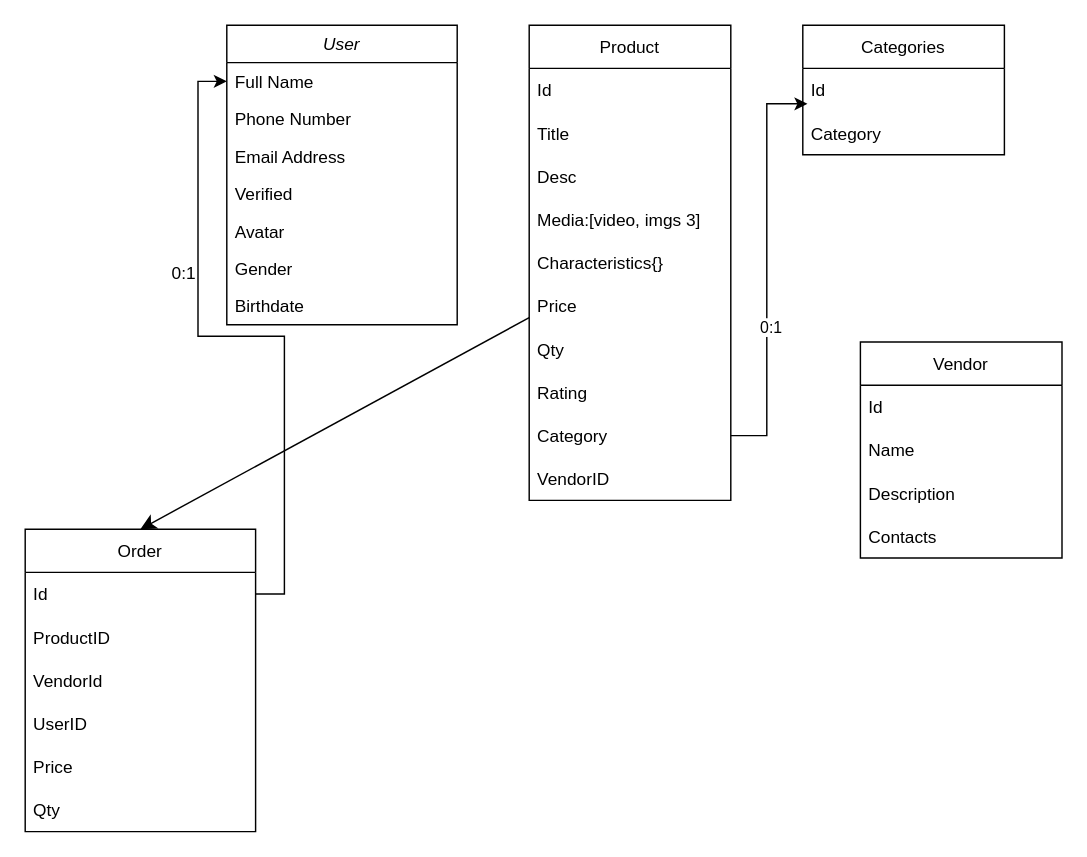
Earlier version of the draw.io diagram Diagrams/ModerShopClassDiagram.drawio (empire-soft-uz/moder-shop-api). Source tidied: cells renumbered, new cells numbered last; positions are measured from the earlier drawing's top-left corner, leaving out a move shared by most shapes. Both pictures are drawn from the tidied source at 144%, with x=0, y=0 at pixel (24, 24).
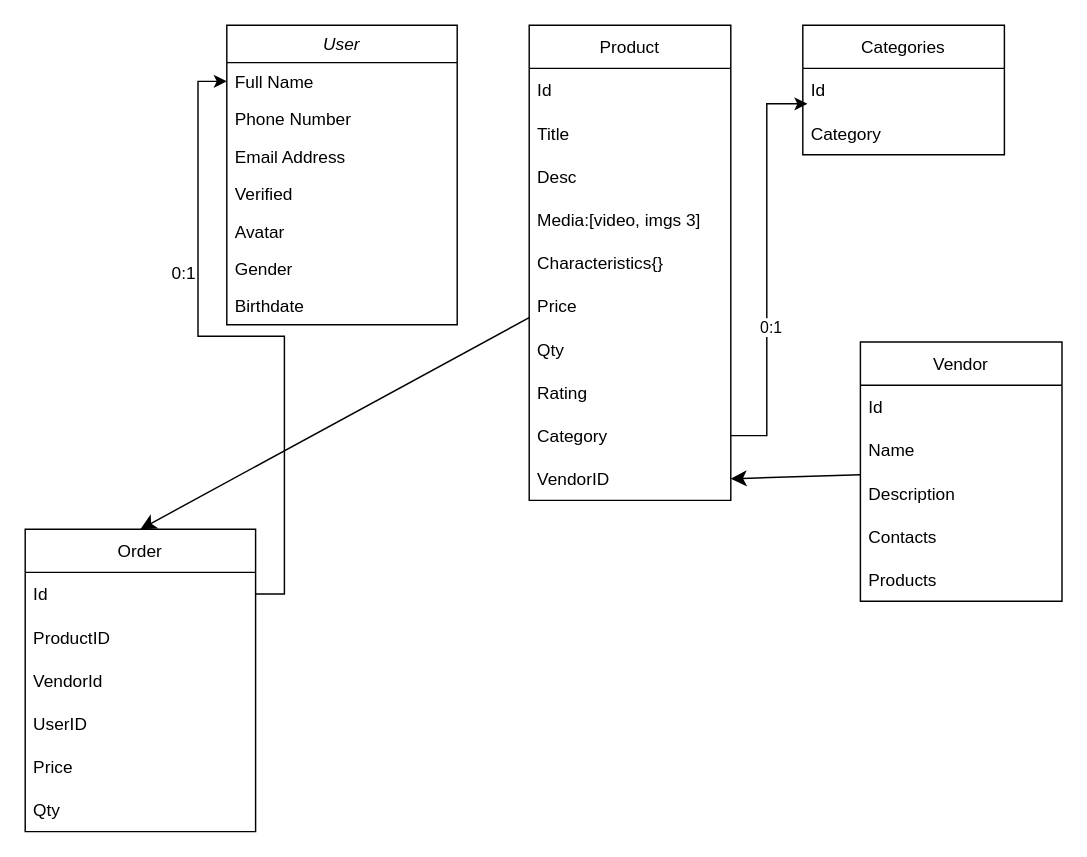
The same diagram, later.

The change refers to these unchanged cells:
```xml
<mxCell id="21" value="VendorID" style="text;strokeColor=none;fillColor=none;align=left;verticalAlign=middle;spacingLeft=4;spacingRight=4;overflow=hidden;points=[[0,0.5],[1,0.5]];portConstraint=eastwest;" parent="11" vertex="1">
  <mxGeometry y="300" width="140" height="30" as="geometry" />
</mxCell>
```

The edit, as a diff of the source:
```diff
@@
+    <mxCell id="41" style="edgeStyle=none;curved=1;rounded=0;jettySize=auto;html=1;entryX=1;entryY=0.5;entryDx=0;entryDy=0;fontSize=12;startSize=8;endSize=8;" parent="1" edge="1" source="36" target="21">
+      <mxGeometry relative="1" as="geometry" />
+    </mxCell>
     <mxCell id="36" value="Vendor" style="swimlane;fontStyle=0;horizontal=1;startSize=30;" parent="1" vertex="1">
-      <mxGeometry x="580" y="220" width="140" height="150" as="geometry" />
+      <mxGeometry x="580" y="220" width="140" height="180" as="geometry" />
     </mxCell>
@@
+    <mxCell id="42" value="Products" style="text;strokeColor=none;fillColor=none;align=left;verticalAlign=middle;spacingLeft=4;spacingRight=4;overflow=hidden;" parent="36" vertex="1">
+      <mxGeometry y="150" width="140" height="30" as="geometry" />
+    </mxCell>
```
